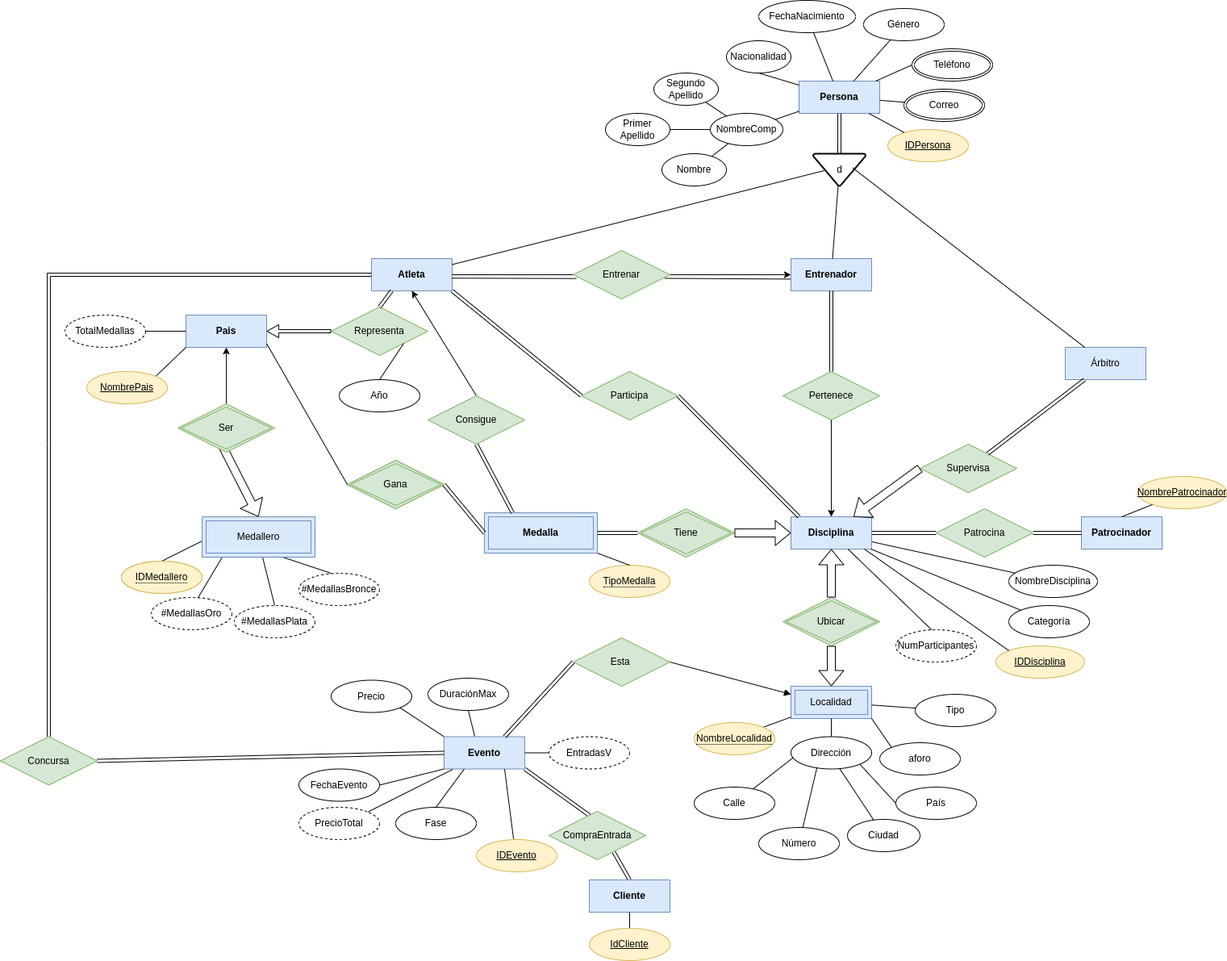
The draw.io diagram practicas/Práctica05_Excelbenders/Diagramas/ERExcelbenders.png in JuanSosaCiencias/TrabajosBDD, before a commit. Source tidied: cells renumbered, new cells last; positions are measured from the earlier drawing's top-left corner, leaving out a move shared by most shapes.
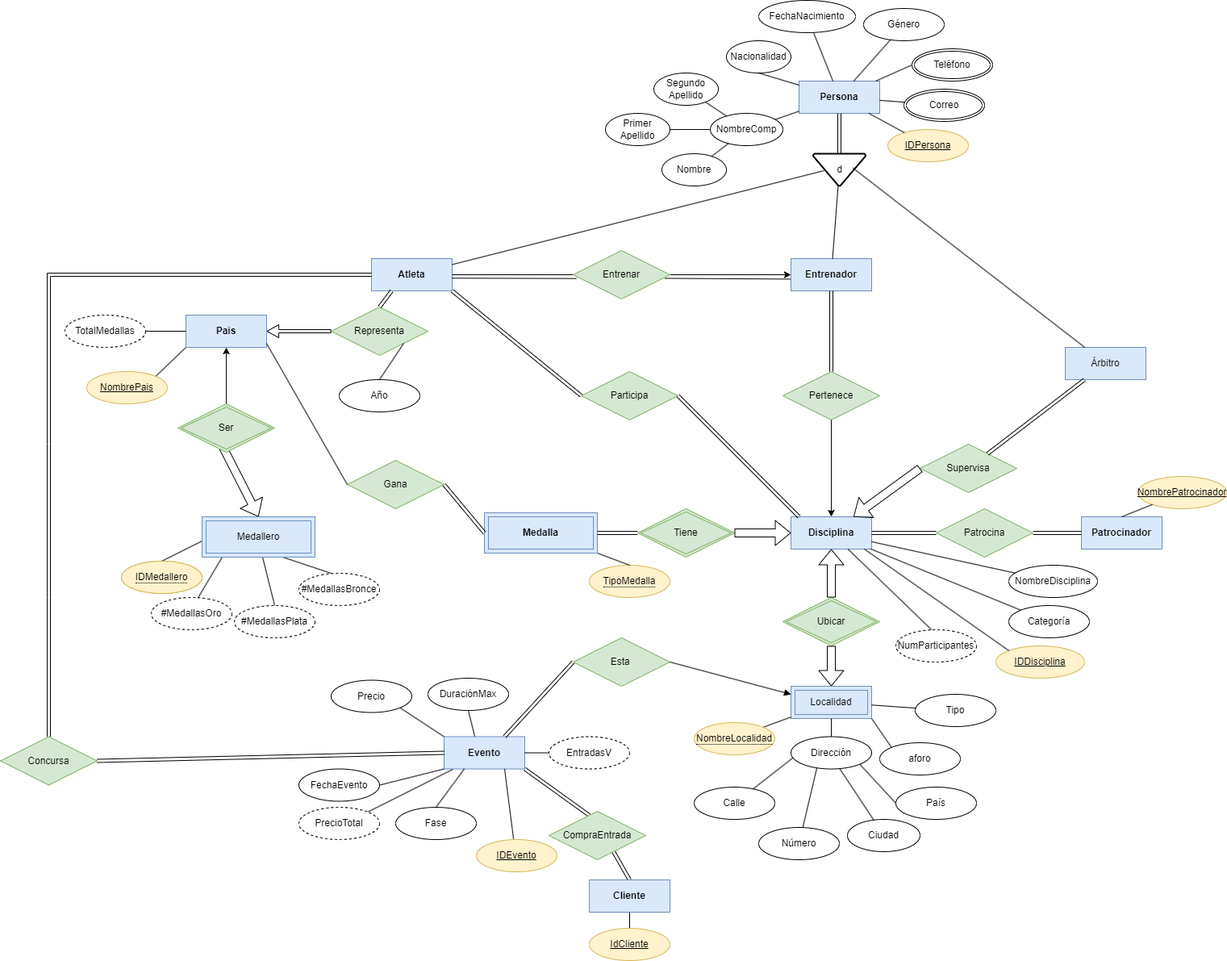
The same file after the commit.

Commit message:
update: cambio los diagramas por los actualizados

The edit, as a diff of the source:
```diff
@@ -376,20 +376,7 @@
     <mxCell id="116" style="shape=link;endArrow=classic;html=1;rounded=0;entryX=0;entryY=0.5;entryDx=0;entryDy=0;exitX=1;exitY=0.5;exitDx=0;exitDy=0;" parent="1" edge="1" source="103" target="114">
       <mxGeometry relative="1" as="geometry" />
     </mxCell>
-    <mxCell id="117" style="endArrow=classic;html=1;rounded=0;entryX=0.5;entryY=1;entryDx=0;entryDy=0;exitX=0.5;exitY=0;exitDx=0;exitDy=0;startArrow=none;startFill=0;endFill=1;" parent="1" edge="1" target="10">
-      <mxGeometry relative="1" as="geometry">
-        <mxPoint x="590" y="490" as="sourcePoint" />
-      </mxGeometry>
-    </mxCell>
-    <mxCell id="118" style="endArrow=none;html=1;rounded=0;entryX=0.5;entryY=1;entryDx=0;entryDy=0;exitX=0.25;exitY=0;exitDx=0;exitDy=0;shape=link;" parent="1" edge="1" source="103">
-      <mxGeometry relative="1" as="geometry">
-        <mxPoint x="590" y="550" as="targetPoint" />
-      </mxGeometry>
-    </mxCell>
-    <mxCell id="119" value="Consigue" style="shape=rhombus;perimeter=rhombusPerimeter;whiteSpace=wrap;html=1;align=center;fillColor=#d5e8d4;strokeColor=#82b366;" parent="1" vertex="1">
-      <mxGeometry x="530" y="490" width="120" height="60" as="geometry" />
-    </mxCell>
-    <mxCell id="120" value="Contiene" style="shape=rhombus;perimeter=rhombusPerimeter;whiteSpace=wrap;html=1;align=center;fillColor=#d5e8d4;strokeColor=#82b366;" parent="1" vertex="1">
+    <mxCell id="120" value="Gana" style="shape=rhombus;perimeter=rhombusPerimeter;whiteSpace=wrap;html=1;align=center;fillColor=#d5e8d4;strokeColor=#82b366;" parent="1" vertex="1">
       <mxGeometry x="430" y="570" width="120" height="60" as="geometry" />
     </mxCell>
     <mxCell id="121" style="endArrow=block;html=1;rounded=0;exitX=0.467;exitY=0.9;exitDx=0;exitDy=0;entryX=0.5;entryY=0;entryDx=0;entryDy=0;shape=flexArrow;strokeWidth=1;strokeColor=default;exitPerimeter=0;" parent="1" edge="1" source="137">
@@ -462,17 +449,15 @@
     <mxCell id="139" value="&lt;span style=&quot;border-bottom: 1px dotted&quot;&gt;IDMedallero&lt;/span&gt;" style="ellipse;whiteSpace=wrap;html=1;align=center;fillColor=#fff2cc;strokeColor=#d6b656;" parent="1" vertex="1">
       <mxGeometry x="150" y="695" width="100" height="40" as="geometry" />
     </mxCell>
-    <mxCell id="140" value="Gana" style="shape=rhombus;double=1;perimeter=rhombusPerimeter;whiteSpace=wrap;html=1;align=center;fillColor=#d5e8d4;strokeColor=#82b366;" parent="1" vertex="1">
-      <mxGeometry x="430" y="570" width="120" height="60" as="geometry" />
-    </mxCell>
     <mxCell id="141" value="TotalMedallas" style="ellipse;whiteSpace=wrap;html=1;align=center;dashed=1;" parent="1" vertex="1">
       <mxGeometry x="80" y="390" width="100" height="40" as="geometry" />
     </mxCell>
     <mxCell id="142" style="endArrow=none;html=1;rounded=0;entryX=1;entryY=0.5;entryDx=0;entryDy=0;exitX=0;exitY=0.5;exitDx=0;exitDy=0;" parent="1" edge="1" source="97" target="141">
       <mxGeometry relative="1" as="geometry" />
     </mxCell>
-    <mxCell id="143" style="endArrow=none;html=1;rounded=0;exitX=0;exitY=0.5;exitDx=0;exitDy=0;" parent="1" edge="1" source="140">
+    <mxCell id="143" style="endArrow=none;html=1;rounded=0;exitX=0;exitY=0.5;exitDx=0;exitDy=0;" parent="1" edge="1">
       <mxGeometry relative="1" as="geometry">
+        <mxPoint x="430" y="600" as="sourcePoint" />
         <mxPoint x="330" y="425.2" as="targetPoint" />
       </mxGeometry>
     </mxCell>
```
